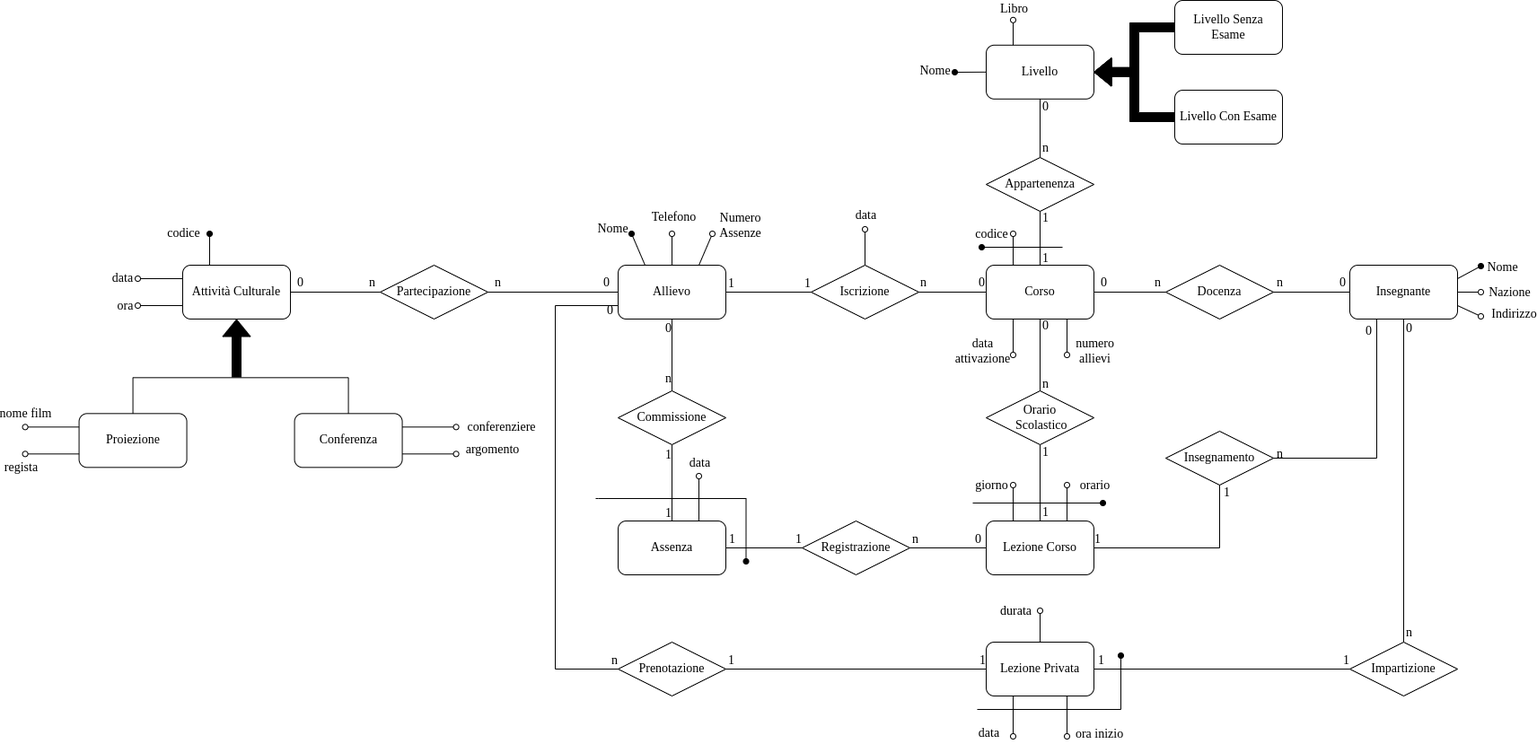
This is doc/Foto_Documentazione/Diagramma_ER_Completo.png from SimoneNicosanti/DataBase_Project, a draw.io export, as it was before one commit. Source tidied: cells renumbered, new cells last; positions are measured from the earlier drawing's top-left corner, leaving out a move shared by most shapes.
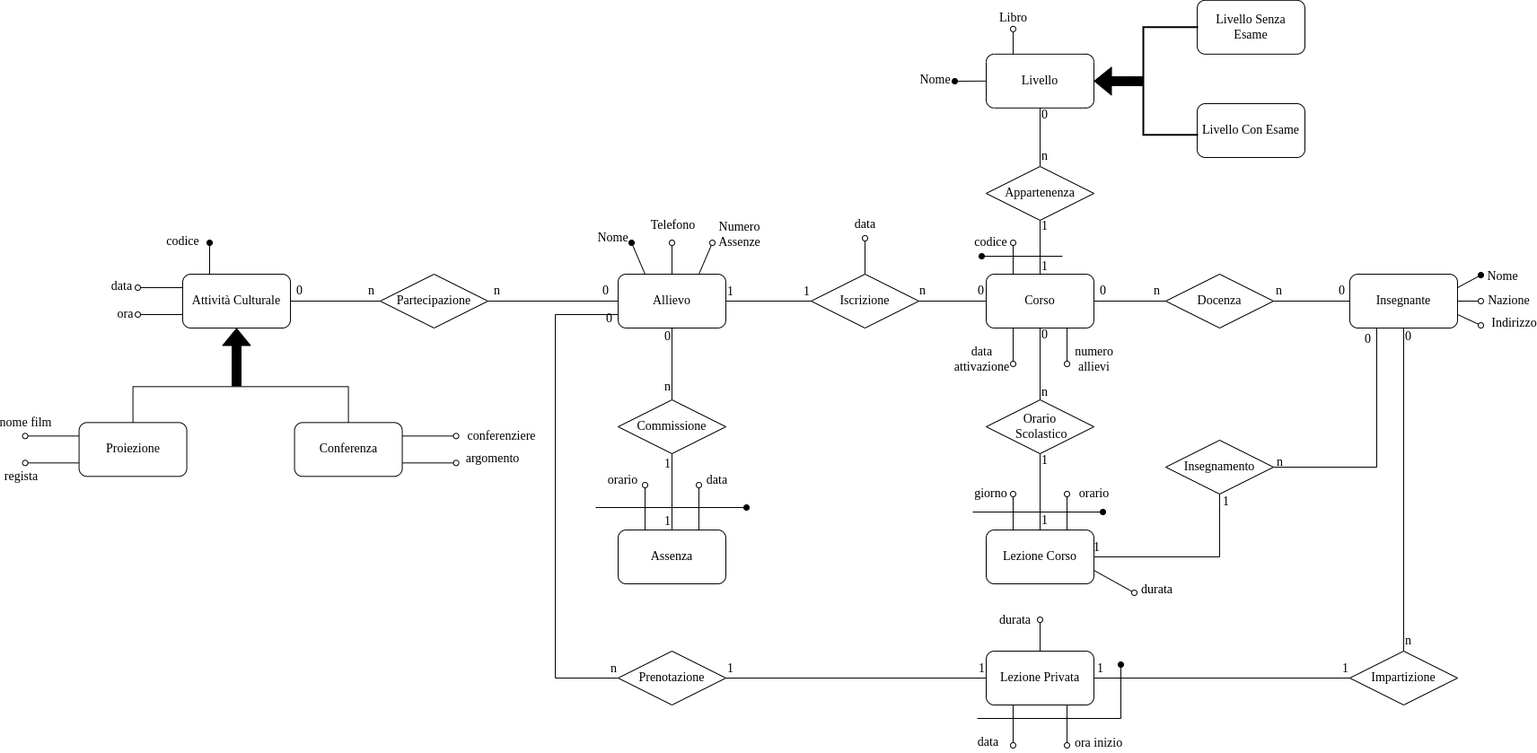
The same diagram one commit later.

Diff of the diagram source:
```diff
@@ -6,17 +6,11 @@
       <mxGeometry x="1070" y="49.8" width="120" height="60" as="geometry" />
     </mxCell>
     <mxCell id="3" value="Livello Con Esame" style="rounded=1;whiteSpace=wrap;html=1;flipV=0;fontFamily=Times New Roman;fontSize=14;" parent="1" vertex="1">
-      <mxGeometry x="1280" y="100" width="120" height="60" as="geometry" />
+      <mxGeometry x="1305" y="105" width="120" height="60" as="geometry" />
     </mxCell>
     <mxCell id="4" value="Livello Senza Esame" style="rounded=1;whiteSpace=wrap;html=1;flipV=0;fontFamily=Times New Roman;fontSize=14;" parent="1" vertex="1">
-      <mxGeometry x="1280" width="120" height="60" as="geometry" />
+      <mxGeometry x="1305" y="-10.2" width="120" height="60" as="geometry" />
     </mxCell>
-    <mxCell id="5" style="shape=flexArrow;endArrow=classic;html=1;rounded=0;exitX=0;exitY=0.5;exitDx=0;exitDy=0;entryX=1;entryY=0.5;entryDx=0;entryDy=0;edgeStyle=orthogonalEdgeStyle;fillColor=#000000;fontFamily=Times New Roman;fontSize=14;" parent="1" edge="1" source="3" target="2">
-      <mxGeometry relative="1" as="geometry" />
-    </mxCell>
-    <mxCell id="6" style="shape=flexArrow;endArrow=classic;html=1;rounded=0;exitX=0;exitY=0.5;exitDx=0;exitDy=0;edgeStyle=orthogonalEdgeStyle;entryX=1;entryY=0.5;entryDx=0;entryDy=0;fillColor=#000000;fontFamily=Times New Roman;fontSize=14;" parent="1" edge="1" source="4" target="2">
-      <mxGeometry relative="1" as="geometry" />
-    </mxCell>
     <mxCell id="7" style="endArrow=oval;html=1;fontFamily=Times New Roman;fontSize=14;strokeColor=default;fillColor=#000000;endFill=1;exitX=0;exitY=0.5;exitDx=0;exitDy=0;" parent="1" edge="1" source="2">
       <mxGeometry relative="1" as="geometry">
         <mxPoint x="1035" y="80" as="targetPoint" />
@@ -312,9 +306,6 @@
     <mxCell id="72" value="Commissione" style="rhombus;whiteSpace=wrap;html=1;fontFamily=Times New Roman;fontSize=14;fillColor=default;" parent="1" vertex="1">
       <mxGeometry x="660" y="435" width="120" height="60" as="geometry" />
     </mxCell>
-    <mxCell id="73" value="Registrazione" style="rhombus;whiteSpace=wrap;html=1;fontFamily=Times New Roman;fontSize=14;fillColor=default;" parent="1" vertex="1">
-      <mxGeometry x="865" y="580" width="120" height="60" as="geometry" />
-    </mxCell>
     <mxCell id="74" style="endArrow=none;html=1;rounded=0;fontFamily=Times New Roman;fontSize=14;fillColor=#000000;exitX=0.5;exitY=1;exitDx=0;exitDy=0;entryX=0.5;entryY=0;entryDx=0;entryDy=0;" parent="1" edge="1" source="13" target="72">
       <mxGeometry relative="1" as="geometry" />
     </mxCell>
@@ -351,32 +342,6 @@
         <mxPoint x="2" y="-25" as="offset" />
       </mxGeometry>
     </mxCell>
-    <mxCell id="82" style="endArrow=none;html=1;rounded=0;fontFamily=Times New Roman;fontSize=14;fillColor=#000000;exitX=1;exitY=0.5;exitDx=0;exitDy=0;entryX=0;entryY=0.5;entryDx=0;entryDy=0;" parent="1" edge="1" source="71" target="73">
-      <mxGeometry relative="1" as="geometry" />
-    </mxCell>
-    <mxCell id="83" value="1" style="edgeLabel;html=1;align=center;verticalAlign=middle;fontSize=14;fontFamily=Times New Roman;labelBackgroundColor=none;" parent="82" vertex="1">
-      <mxGeometry x="-0.7" y="1" relative="1" as="geometry">
-        <mxPoint x="-7" y="-9" as="offset" />
-      </mxGeometry>
-    </mxCell>
-    <mxCell id="84" value="1" style="edgeLabel;html=1;align=center;verticalAlign=middle;fontSize=14;fontFamily=Times New Roman;labelBackgroundColor=none;" parent="82" vertex="1">
-      <mxGeometry x="0.68" y="-1" relative="1" as="geometry">
-        <mxPoint x="9" y="-11" as="offset" />
-      </mxGeometry>
-    </mxCell>
-    <mxCell id="85" style="endArrow=none;html=1;rounded=0;fontFamily=Times New Roman;fontSize=14;fillColor=#000000;exitX=1;exitY=0.5;exitDx=0;exitDy=0;entryX=0;entryY=0.5;entryDx=0;entryDy=0;" parent="1" edge="1" source="73" target="12">
-      <mxGeometry relative="1" as="geometry" />
-    </mxCell>
-    <mxCell id="86" value="0" style="edgeLabel;html=1;align=center;verticalAlign=middle;fontSize=14;fontFamily=Times New Roman;labelBackgroundColor=none;" parent="85" vertex="1">
-      <mxGeometry x="0.64" relative="1" as="geometry">
-        <mxPoint x="5" y="-10" as="offset" />
-      </mxGeometry>
-    </mxCell>
-    <mxCell id="87" value="n" style="edgeLabel;html=1;align=center;verticalAlign=middle;fontSize=14;fontFamily=Times New Roman;labelBackgroundColor=none;" parent="85" vertex="1">
-      <mxGeometry x="-0.76" relative="1" as="geometry">
-        <mxPoint x="-5" y="-10" as="offset" />
-      </mxGeometry>
-    </mxCell>
     <mxCell id="88" style="endArrow=oval;html=1;rounded=0;fontFamily=Times New Roman;fontSize=14;fillColor=#000000;exitX=0.75;exitY=0;exitDx=0;exitDy=0;endFill=0;" parent="1" edge="1" source="71">
       <mxGeometry relative="1" as="geometry">
         <mxPoint x="750" y="530" as="targetPoint" />
@@ -384,13 +349,13 @@
     </mxCell>
     <mxCell id="89" value="data" style="edgeLabel;html=1;align=center;verticalAlign=middle;fontSize=14;fontFamily=Times New Roman;labelBackgroundColor=none;" parent="88" vertex="1">
       <mxGeometry x="0.66" relative="1" as="geometry">
-        <mxPoint y="-24" as="offset" />
+        <mxPoint x="20" y="-14" as="offset" />
       </mxGeometry>
     </mxCell>
     <mxCell id="90" style="endArrow=oval;html=1;rounded=0;fontFamily=Times New Roman;fontSize=14;fillColor=#000000;edgeStyle=orthogonalEdgeStyle;startArrow=none;startFill=0;endFill=1;" parent="1" edge="1">
       <mxGeometry relative="1" as="geometry">
         <mxPoint x="635" y="555" as="sourcePoint" />
-        <mxPoint x="802.5" y="625" as="targetPoint" />
+        <mxPoint x="803" y="555" as="targetPoint" />
         <Array as="points">
           <mxPoint x="638" y="555" />
           <mxPoint x="802" y="555" />
@@ -658,5 +623,33 @@
         <mxPoint y="-8" as="offset" />
       </mxGeometry>
     </mxCell>
+    <mxCell id="147" style="shape=flexArrow;endArrow=classic;html=1;rounded=0;fillColor=#000000;entryX=1;entryY=0.5;entryDx=0;entryDy=0;" parent="1" edge="1" target="2">
+      <mxGeometry relative="1" as="geometry">
+        <mxPoint x="1245" y="80" as="sourcePoint" />
+      </mxGeometry>
+    </mxCell>
+    <mxCell id="148" style="shape=partialRectangle;whiteSpace=wrap;html=1;bottom=1;right=1;left=1;top=0;fillColor=none;routingCenterX=-0.5;strokeWidth=2;rotation=90;" parent="1" vertex="1">
+      <mxGeometry x="1215" y="49.8" width="120" height="60" as="geometry" />
+    </mxCell>
+    <mxCell id="149" style="endArrow=none;html=1;rounded=0;fontColor=default;entryX=1;entryY=0.75;entryDx=0;entryDy=0;startArrow=oval;startFill=0;" parent="1" edge="1" target="12">
+      <mxGeometry relative="1" as="geometry">
+        <mxPoint x="1235" y="650" as="sourcePoint" />
+      </mxGeometry>
+    </mxCell>
+    <mxCell id="150" value="durata" style="edgeLabel;html=1;align=center;verticalAlign=middle;fontColor=default;labelBackgroundColor=none;fontFamily=Times New Roman;fontSize=14;" parent="149" vertex="1">
+      <mxGeometry x="-0.54" y="3" relative="1" as="geometry">
+        <mxPoint x="37" as="offset" />
+      </mxGeometry>
+    </mxCell>
+    <mxCell id="151" style="endArrow=oval;html=1;rounded=0;fontFamily=Times New Roman;fontSize=14;fontColor=default;endFill=0;exitX=0.25;exitY=0;exitDx=0;exitDy=0;" parent="1" edge="1" source="71">
+      <mxGeometry relative="1" as="geometry">
+        <mxPoint x="690" y="530" as="targetPoint" />
+      </mxGeometry>
+    </mxCell>
+    <mxCell id="152" value="orario" style="edgeLabel;html=1;align=center;verticalAlign=middle;fontSize=14;fontFamily=Times New Roman;fontColor=default;labelBackgroundColor=none;" parent="151" vertex="1">
+      <mxGeometry x="0.63" relative="1" as="geometry">
+        <mxPoint x="-25" y="-14" as="offset" />
+      </mxGeometry>
+    </mxCell>
   </root>
 </mxGraphModel>
```
